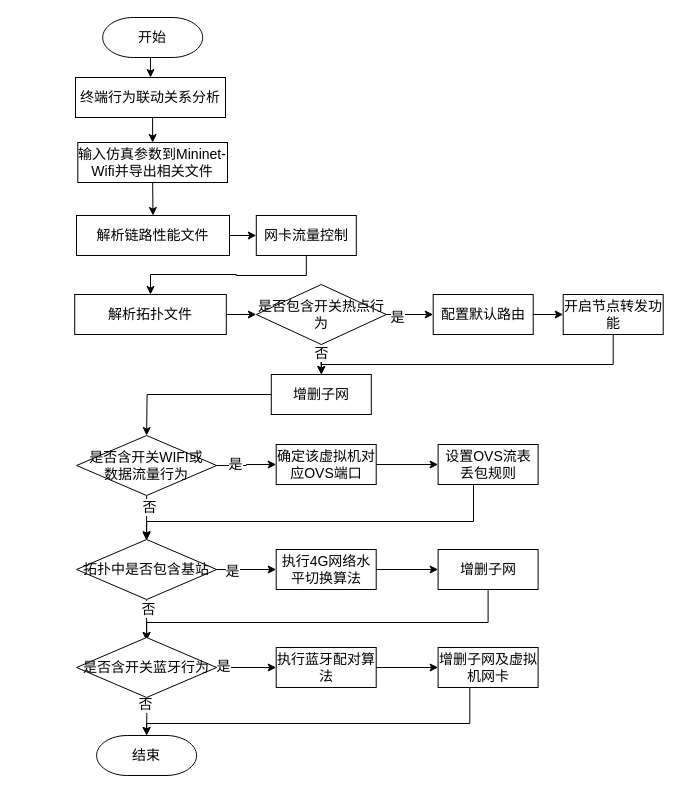
This is page "use_动态拓扑及链路性能仿真流程图" (12 of 12) of 网络控制技术_流程图.drawio from Icarus1994/neutron_conf, a draw.io file, before an edit. Source tidied: cells renumbered, new cells numbered last; positions are measured from the earlier drawing's top-left corner, leaving out a move shared by most shapes. Both pictures are drawn from the tidied source at 100%, with x=0, y=0 at pixel (74, 17).
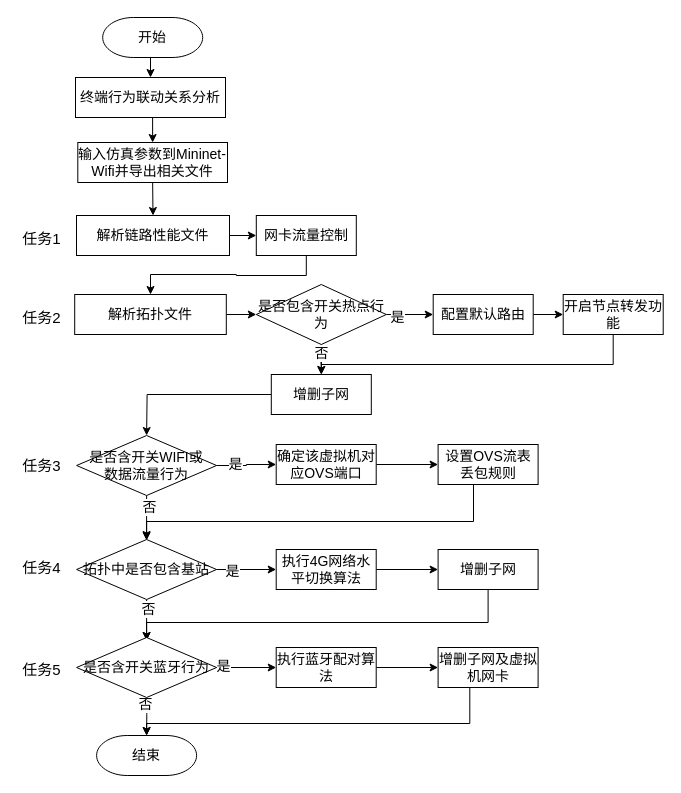
The same diagram, later.

The edit, as a diff of the source:
```diff
@@
+    <mxCell id="53" value="任务1" style="text;html=1;align=center;verticalAlign=middle;fontSize=15;" parent="1" vertex="1">
+      <mxGeometry x="-57" y="210" width="48" height="22" as="geometry" />
+    </mxCell>
+    <mxCell id="54" value="任务2" style="text;html=1;align=center;verticalAlign=middle;fontSize=15;" parent="1" vertex="1">
+      <mxGeometry x="-57" y="289" width="48" height="22" as="geometry" />
+    </mxCell>
+    <mxCell id="55" value="任务3" style="text;html=1;align=center;verticalAlign=middle;fontSize=15;" parent="1" vertex="1">
+      <mxGeometry x="-57" y="437" width="48" height="22" as="geometry" />
+    </mxCell>
+    <mxCell id="56" value="任务4" style="text;html=1;align=center;verticalAlign=middle;fontSize=15;" parent="1" vertex="1">
+      <mxGeometry x="-57" y="539" width="48" height="22" as="geometry" />
+    </mxCell>
+    <mxCell id="57" value="任务5" style="text;html=1;align=center;verticalAlign=middle;fontSize=15;" parent="1" vertex="1">
+      <mxGeometry x="-57" y="641" width="48" height="22" as="geometry" />
+    </mxCell>
```
